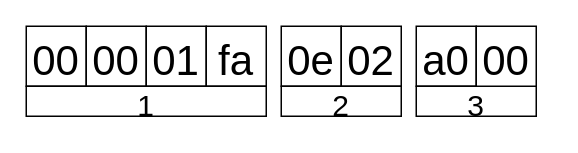
KostasEreksonas/Besder-6024PB-XMA501-ip-camera-security-investigation keeps this draw.io diagram as page "Audio Header" (2 of 5) of dissector/images/DVRIP_Sofia_headers.drawio. Above is the earlier version. Source tidied: cells renumbered, new cells numbered last; positions are measured from the earlier drawing's top-left corner, leaving out a move shared by most shapes. Both pictures are drawn from the tidied source at 150%, with x=0, y=0 at pixel (26, 26).
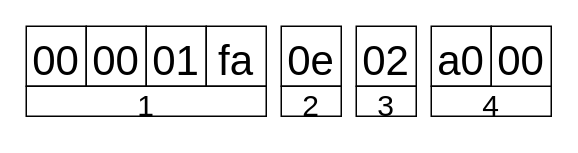
The same diagram, later.

The edit, as a diff of the source:
```diff
@@
 <mxGraphModel>
   <root>
     <mxCell id="0" />
     <mxCell id="1" parent="0" />
     <mxCell id="2" value="00" style="whiteSpace=wrap;html=1;fontSize=28;verticalAlign=top;" parent="1" vertex="1">
       <mxGeometry width="40" height="40" as="geometry" />
     </mxCell>
     <mxCell id="3" value="00" style="whiteSpace=wrap;html=1;fontSize=28;verticalAlign=top;" parent="1" vertex="1">
       <mxGeometry x="40" width="40" height="40" as="geometry" />
     </mxCell>
     <mxCell id="4" value="01" style="whiteSpace=wrap;html=1;fontSize=28;verticalAlign=top;" parent="1" vertex="1">
       <mxGeometry x="80" width="40" height="40" as="geometry" />
     </mxCell>
     <mxCell id="5" value="fa" style="whiteSpace=wrap;html=1;fontSize=28;verticalAlign=top;" parent="1" vertex="1">
       <mxGeometry x="120" width="40" height="40" as="geometry" />
     </mxCell>
     <mxCell id="6" value="0e" style="whiteSpace=wrap;html=1;fontSize=28;verticalAlign=top;" parent="1" vertex="1">
       <mxGeometry x="170" width="40" height="40" as="geometry" />
     </mxCell>
     <mxCell id="7" value="02" style="whiteSpace=wrap;html=1;fontSize=28;verticalAlign=top;" parent="1" vertex="1">
-      <mxGeometry x="210" width="40" height="40" as="geometry" />
+      <mxGeometry x="220" width="40" height="40" as="geometry" />
     </mxCell>
     <mxCell id="8" value="a0" style="whiteSpace=wrap;html=1;fontSize=28;verticalAlign=top;" parent="1" vertex="1">
-      <mxGeometry x="260" width="40" height="40" as="geometry" />
+      <mxGeometry x="270" width="40" height="40" as="geometry" />
     </mxCell>
     <mxCell id="9" value="&lt;font style=&quot;font-size: 20px;&quot;&gt;1&lt;/font&gt;" style="whiteSpace=wrap;html=1;fontSize=28;verticalAlign=middle;imageAspect=1;imageHeight=12;" parent="1" vertex="1">
       <mxGeometry y="40" width="160" height="20" as="geometry" />
     </mxCell>
     <mxCell id="10" value="&lt;font style=&quot;font-size: 20px;&quot;&gt;2&lt;/font&gt;" style="whiteSpace=wrap;html=1;fontSize=28;verticalAlign=middle;imageAspect=1;imageHeight=12;" parent="1" vertex="1">
-      <mxGeometry x="170" y="40" width="80" height="20" as="geometry" />
+      <mxGeometry x="170" y="40" width="40" height="20" as="geometry" />
     </mxCell>
-    <mxCell id="11" value="&lt;font style=&quot;font-size: 20px;&quot;&gt;3&lt;/font&gt;" style="whiteSpace=wrap;html=1;fontSize=28;verticalAlign=middle;imageAspect=1;imageHeight=12;" parent="1" vertex="1">
-      <mxGeometry x="260" y="40" width="80" height="20" as="geometry" />
+    <mxCell id="11" value="&lt;font style=&quot;font-size: 20px;&quot;&gt;4&lt;/font&gt;" style="whiteSpace=wrap;html=1;fontSize=28;verticalAlign=middle;imageAspect=1;imageHeight=12;" parent="1" vertex="1">
+      <mxGeometry x="270" y="40" width="80" height="20" as="geometry" />
     </mxCell>
     <mxCell id="12" value="00" style="whiteSpace=wrap;html=1;fontSize=28;verticalAlign=top;" parent="1" vertex="1">
-      <mxGeometry x="300" width="40" height="40" as="geometry" />
+      <mxGeometry x="310" width="40" height="40" as="geometry" />
     </mxCell>
+    <mxCell id="13" value="&lt;font style=&quot;font-size: 20px;&quot;&gt;3&lt;/font&gt;" style="whiteSpace=wrap;html=1;fontSize=28;verticalAlign=middle;imageAspect=1;imageHeight=12;" parent="1" vertex="1">
+      <mxGeometry x="220" y="40" width="40" height="20" as="geometry" />
+    </mxCell>
   </root>
 </mxGraphModel>
```
